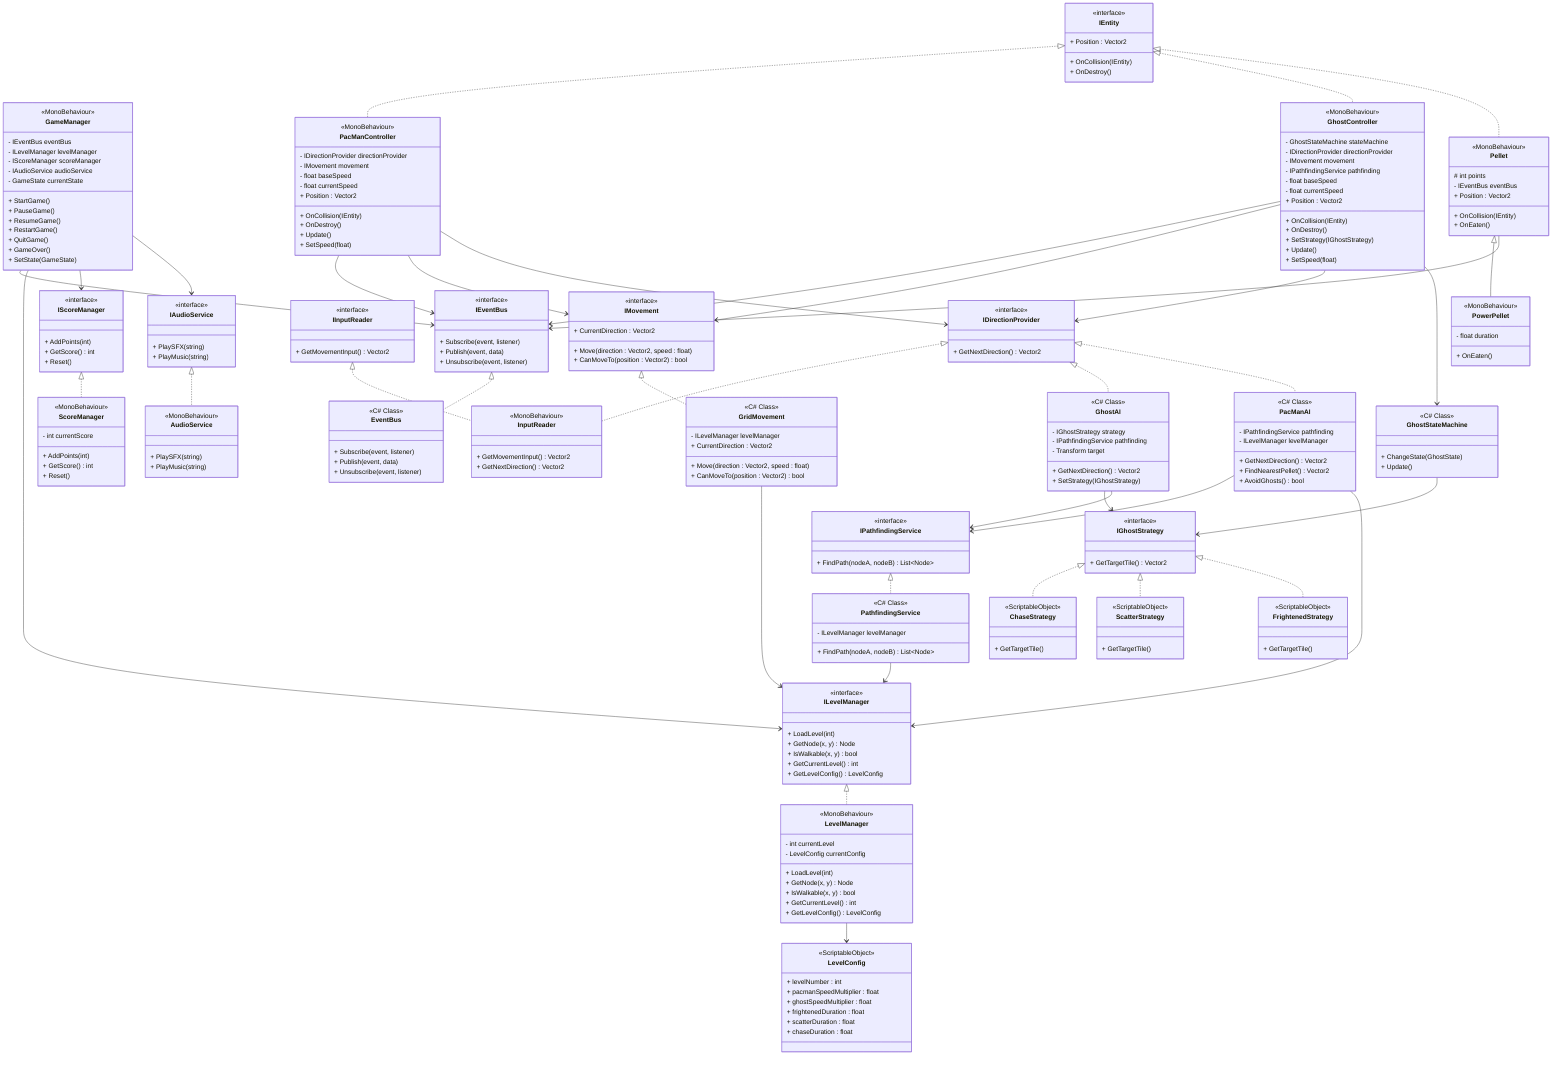
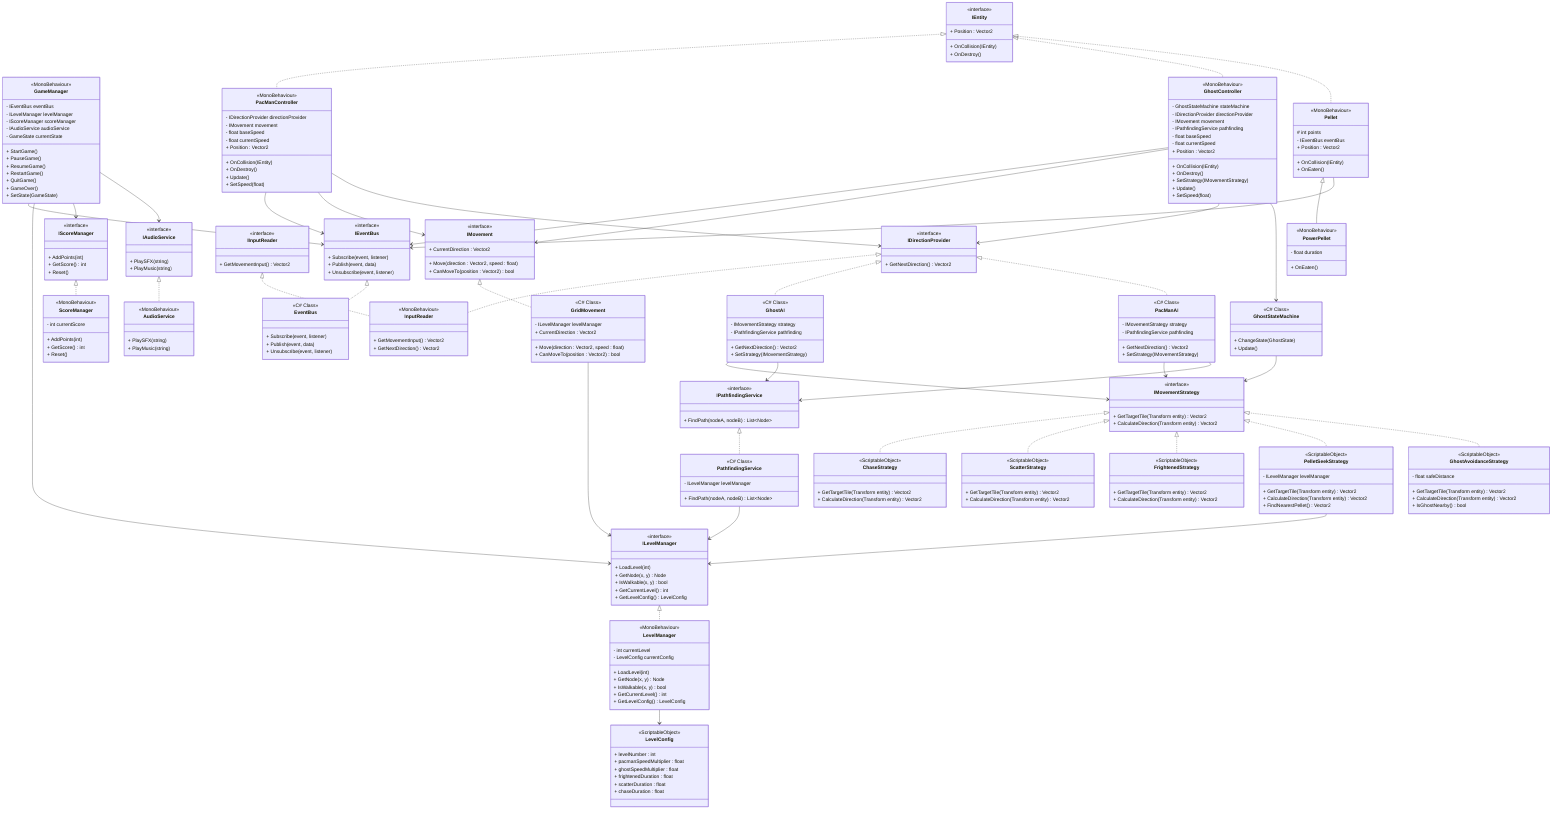
classDiagram

    %% Core Interfaces
    class IEntity {
        <<interface>>
        + Position : Vector2
        + OnCollision(IEntity)
        + OnDestroy()
    }

    class IMovement {
        <<interface>>
        + Move(direction : Vector2, speed : float)
        + CanMoveTo(position : Vector2) bool
        + CurrentDirection : Vector2
    }

    class IEventBus {
        <<interface>>
        + Subscribe(event, listener)
        + Publish(event, data)
        + Unsubscribe(event, listener)
    }

    class IPathfindingService {
        <<interface>>
        + FindPath(nodeA, nodeB) List~Node~
    }

    class IAudioService {
        <<interface>>
        + PlaySFX(string)
        + PlayMusic(string)
    }

    class IInputReader {
        <<interface>>
        + GetMovementInput() Vector2
    }

    class IDirectionProvider {
        <<interface>>
        + GetNextDirection() Vector2
    }

    class ILevelManager {
        <<interface>>
        + LoadLevel(int)
        + GetNode(x, y) Node
        + IsWalkable(x, y) bool
        + GetCurrentLevel() int
        + GetLevelConfig() LevelConfig
    }

    class IScoreManager {
        <<interface>>
        + AddPoints(int)
        + GetScore() int
        + Reset()
    }

    %% Managers (MonoBehaviour)
    class GameManager {
        <<MonoBehaviour>>
        - IEventBus eventBus
        - ILevelManager levelManager
        - IScoreManager scoreManager
        - IAudioService audioService
        - GameState currentState
        + StartGame()
        + PauseGame()
        + ResumeGame()
        + RestartGame()
        + QuitGame()
        + GameOver()
        + SetState(GameState)
    }

    class LevelManager {
        <<MonoBehaviour>>
        - int currentLevel
        - LevelConfig currentConfig
        + LoadLevel(int)
        + GetNode(x, y) Node
        + IsWalkable(x, y) bool
        + GetCurrentLevel() int
        + GetLevelConfig() LevelConfig
    }

    class ScoreManager {
        <<MonoBehaviour>>
        - int currentScore
        + AddPoints(int)
        + GetScore() int
        + Reset()
    }

    class EventBus {
        <<C# Class>>
        + Subscribe(event, listener)
        + Publish(event, data)
        + Unsubscribe(event, listener)
    }

    %% Entities
    class PacManController {
        <<MonoBehaviour>>
        - IDirectionProvider directionProvider
        - IMovement movement
        - float baseSpeed
        - float currentSpeed
        + Position : Vector2
        + OnCollision(IEntity)
        + OnDestroy()
        + Update()
        + SetSpeed(float)
    }

    class GridMovement {
        <<C# Class>>
        - ILevelManager levelManager
        + Move(direction : Vector2, speed : float)
        + CanMoveTo(position : Vector2) bool
        + CurrentDirection : Vector2
    }

    class InputReader {
        <<MonoBehaviour>>
        + GetMovementInput() Vector2
        + GetNextDirection() Vector2
    }

    class GhostController {
        <<MonoBehaviour>>
        - GhostStateMachine stateMachine
        - IDirectionProvider directionProvider
        - IMovement movement
        - IPathfindingService pathfinding
        - float baseSpeed
        - float currentSpeed
        + Position : Vector2
        + OnCollision(IEntity)
        + OnDestroy()
-         + SetStrategy(IGhostStrategy)
+         + SetStrategy(IMovementStrategy)
        + Update()
        + SetSpeed(float)
    }

    class GhostAI {
        <<C# Class>>
-         - IGhostStrategy strategy
+         - IMovementStrategy strategy
        - IPathfindingService pathfinding
-         - Transform target
        + GetNextDirection() Vector2
-         + SetStrategy(IGhostStrategy)
+         + SetStrategy(IMovementStrategy)
    }

    class PacManAI {
        <<C# Class>>
+         - IMovementStrategy strategy
        - IPathfindingService pathfinding
-         - ILevelManager levelManager
        + GetNextDirection() Vector2
-         + FindNearestPellet() Vector2
-         + AvoidGhosts() bool
+         + SetStrategy(IMovementStrategy)
    }

    class Pellet {
        <<MonoBehaviour>>
        # int points
        - IEventBus eventBus
        + Position : Vector2
        + OnCollision(IEntity)
        + OnEaten()
    }

    class PowerPellet {
        <<MonoBehaviour>>
        - float duration
        + OnEaten()
    }

    class GhostStateMachine {
        <<C# Class>>
        + ChangeState(GhostState)
        + Update()
    }

-     class IGhostStrategy {
-         <<interface>>
-         + GetTargetTile() Vector2
+     class IMovementStrategy {
+         <<interface>>
+         + GetTargetTile(Transform entity) Vector2
+         + CalculateDirection(Transform entity) Vector2
    }

    class ChaseStrategy {
        <<ScriptableObject>>
-         + GetTargetTile()
+         + GetTargetTile(Transform entity) Vector2
+         + CalculateDirection(Transform entity) Vector2
    }

    class ScatterStrategy {
        <<ScriptableObject>>
-         + GetTargetTile()
+         + GetTargetTile(Transform entity) Vector2
+         + CalculateDirection(Transform entity) Vector2
    }

    class FrightenedStrategy {
        <<ScriptableObject>>
-         + GetTargetTile()
+         + GetTargetTile(Transform entity) Vector2
+         + CalculateDirection(Transform entity) Vector2
+     }
+ 
+     class PelletSeekStrategy {
+         <<ScriptableObject>>
+         - ILevelManager levelManager
+         + GetTargetTile(Transform entity) Vector2
+         + CalculateDirection(Transform entity) Vector2
+         + FindNearestPellet() Vector2
+     }
+ 
+     class GhostAvoidanceStrategy {
+         <<ScriptableObject>>
+         - float safeDistance
+         + GetTargetTile(Transform entity) Vector2
+         + CalculateDirection(Transform entity) Vector2
+         + IsGhostNearby() bool
    }

    class AudioService {
        <<MonoBehaviour>>
        + PlaySFX(string)
        + PlayMusic(string)
    }

    class PathfindingService {
        <<C# Class>>
        - ILevelManager levelManager
        + FindPath(nodeA, nodeB) List~Node~
    }

    class LevelConfig {
        <<ScriptableObject>>
        + levelNumber : int
        + pacmanSpeedMultiplier : float
        + ghostSpeedMultiplier : float
        + frightenedDuration : float
        + scatterDuration : float
        + chaseDuration : float
    }

%% Interface Implementations
IEventBus <|.. EventBus
ILevelManager <|.. LevelManager
IScoreManager <|.. ScoreManager
IAudioService <|.. AudioService
IPathfindingService <|.. PathfindingService
IInputReader <|.. InputReader
IDirectionProvider <|.. InputReader
IDirectionProvider <|.. GhostAI
IDirectionProvider <|.. PacManAI
IMovement <|.. GridMovement

%% Entity Implementations
IEntity <|.. PacManController
IEntity <|.. GhostController
IEntity <|.. Pellet

%% Inheritance
Pellet <|-- PowerPellet

%% Manager Dependencies (using interfaces)
GameManager --> IEventBus
GameManager --> ILevelManager
GameManager --> IScoreManager
GameManager --> IAudioService

%% LevelManager Dependencies
LevelManager --> LevelConfig

%% Entity Dependencies
PacManController --> IEventBus
PacManController --> IMovement
PacManController --> IDirectionProvider

GhostController --> IEventBus
GhostController --> IMovement
GhostController --> IDirectionProvider

GridMovement --> ILevelManager

Pellet --> IEventBus

%% Ghost AI
GhostController --> GhostStateMachine
- GhostAI --> IGhostStrategy
+ GhostAI --> IMovementStrategy
GhostAI --> IPathfindingService
+ PacManAI --> IMovementStrategy
PacManAI --> IPathfindingService
- PacManAI --> ILevelManager
- GhostStateMachine --> IGhostStrategy
- IGhostStrategy <|.. ChaseStrategy
- IGhostStrategy <|.. ScatterStrategy
- IGhostStrategy <|.. FrightenedStrategy
+ GhostStateMachine --> IMovementStrategy
+ IMovementStrategy <|.. ChaseStrategy
+ IMovementStrategy <|.. ScatterStrategy
+ IMovementStrategy <|.. FrightenedStrategy
+ IMovementStrategy <|.. PelletSeekStrategy
+ IMovementStrategy <|.. GhostAvoidanceStrategy
+ PelletSeekStrategy --> ILevelManager

PathfindingService --> ILevelManager
